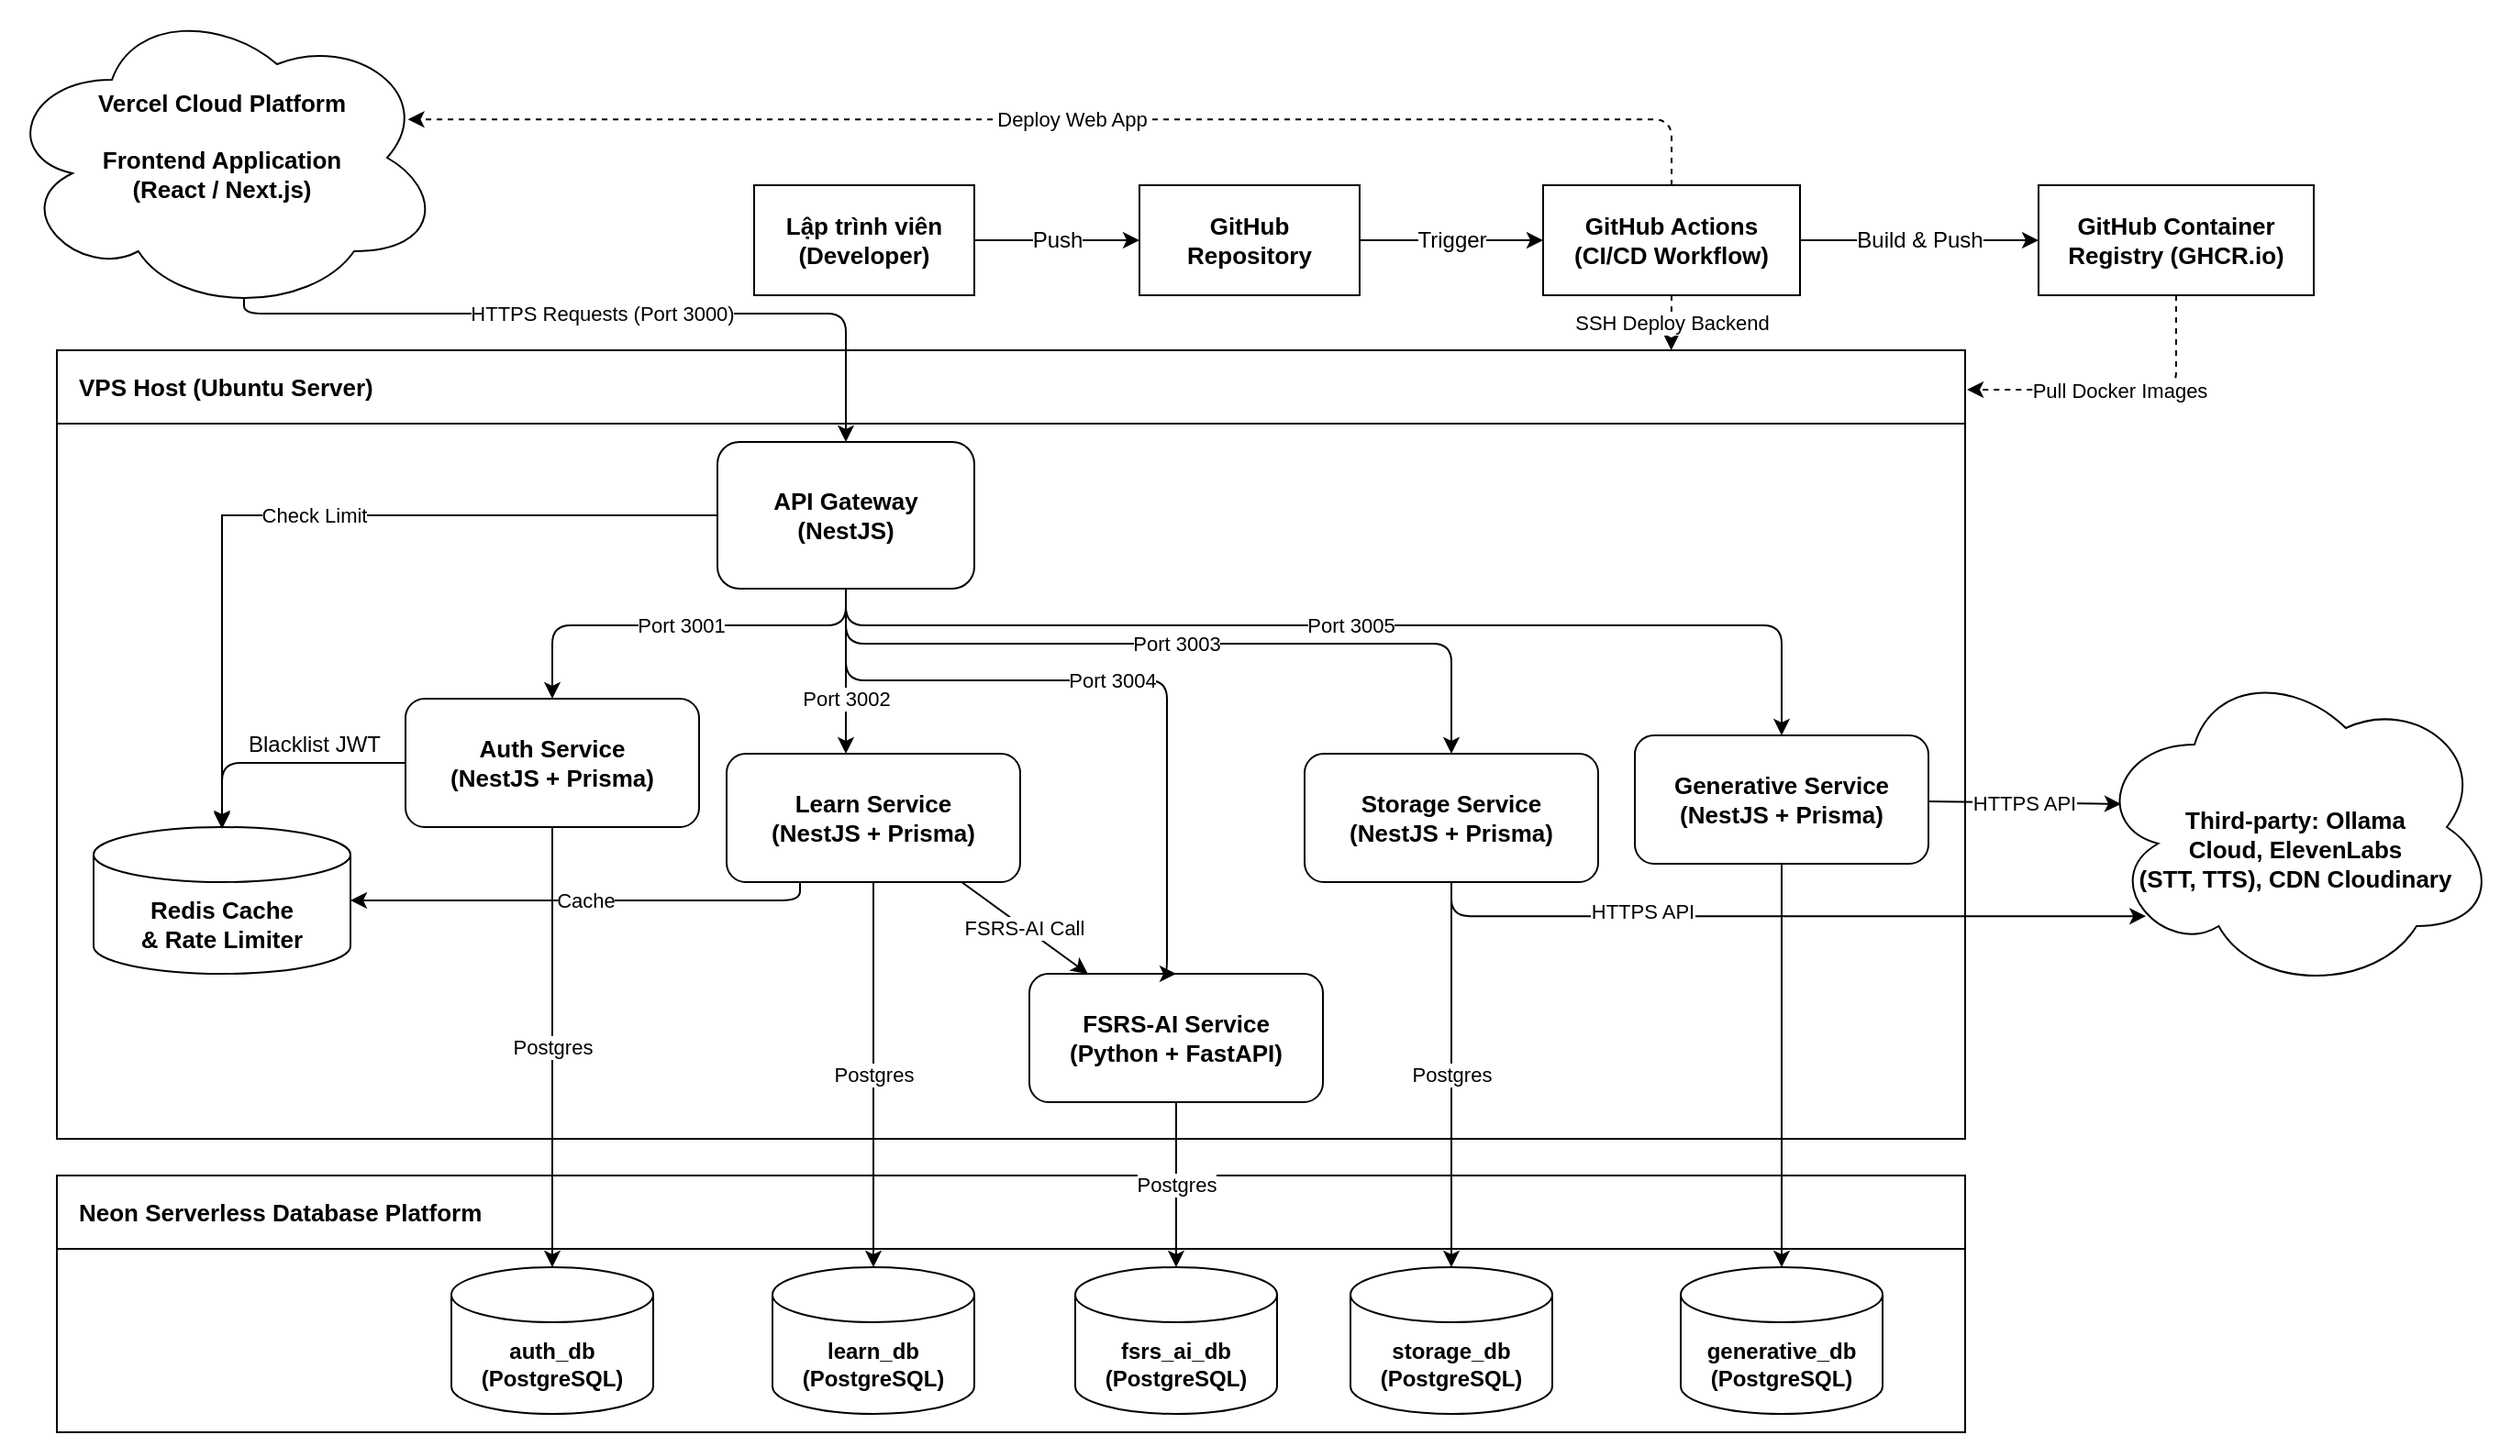
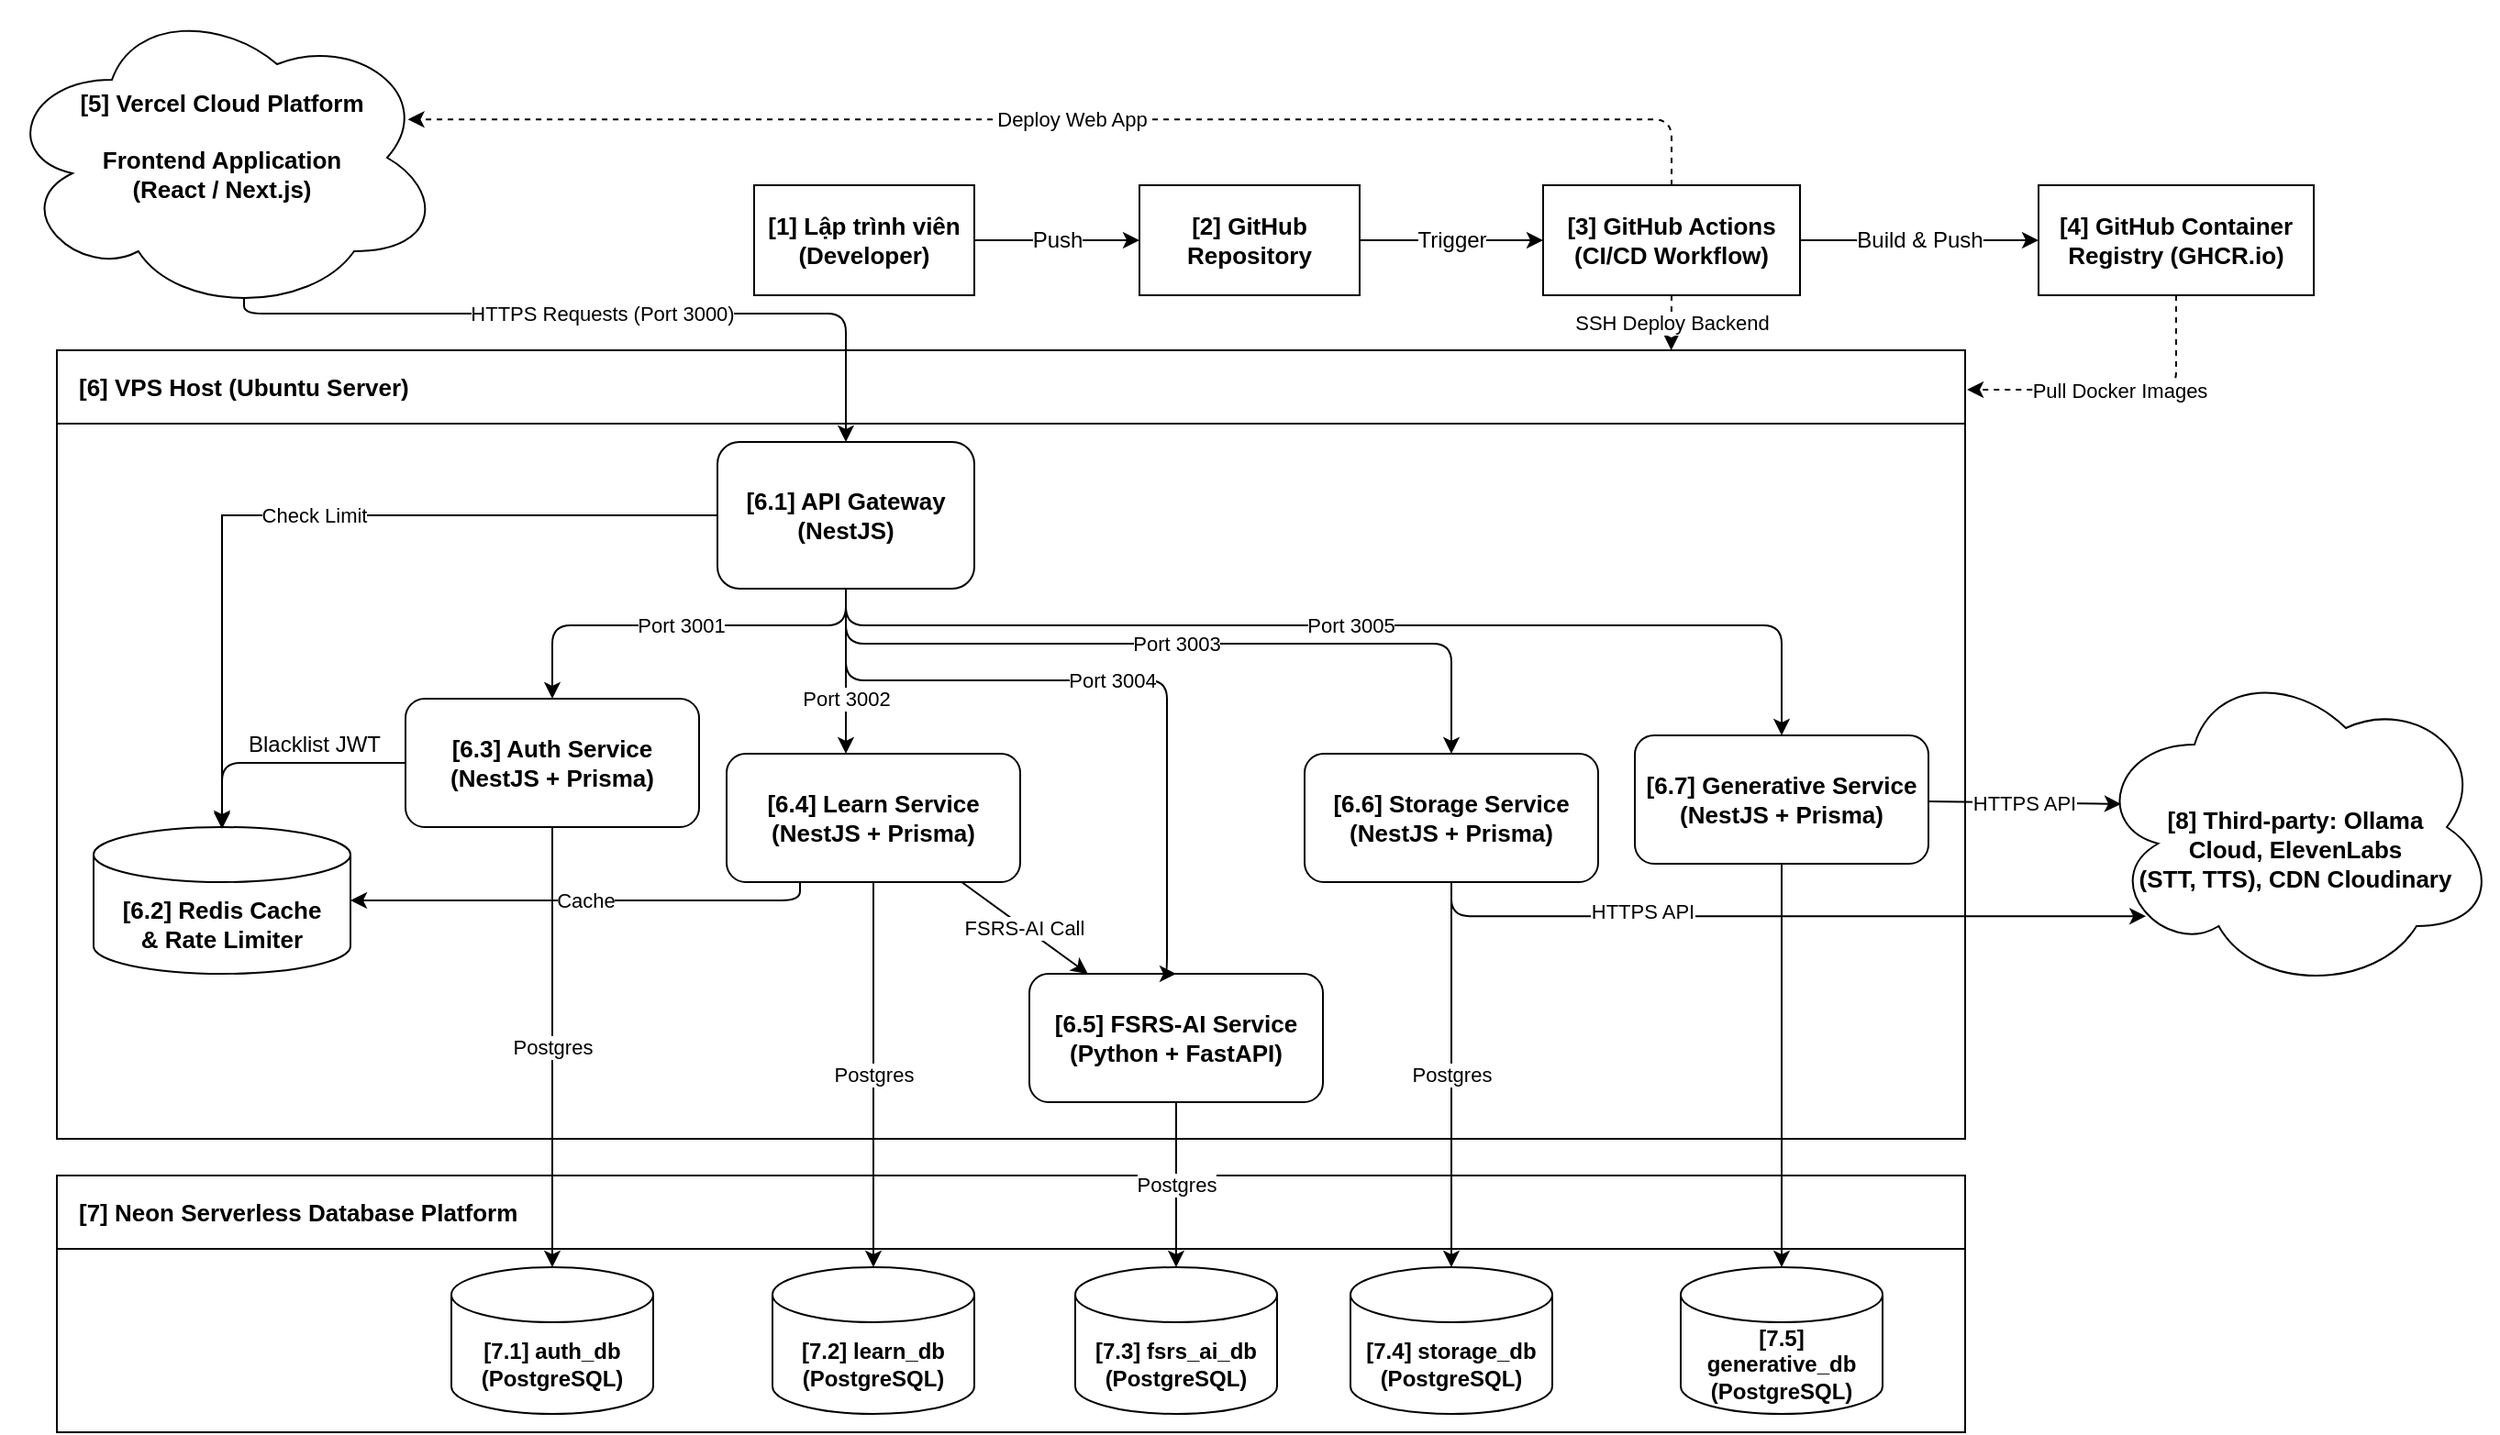
<mxfile host="65bd71144e">
    <diagram id="system-architecture" name="System Architecture">
        <mxGraphModel dx="1314" dy="1898" grid="1" gridSize="10" guides="1" tooltips="1" connect="1" arrows="1" fold="1" page="1" pageScale="1" pageWidth="1400" pageHeight="960" math="0" shadow="0">
            <root>
                <mxCell id="0"/>
                <mxCell id="1" parent="0"/>
-                 <mxCell id="dev" value="Lập trình viên&#xa;(Developer)" style="rounded=0;whiteSpace=wrap;html=1;fillColor=#ffffff;strokeColor=#000000;strokeWidth=1;align=center;fontStyle=1;fontSize=13;" parent="1" vertex="1">
+                 <mxCell id="dev" value="[1] Lập trình viên&#xa;(Developer)" style="rounded=0;whiteSpace=wrap;html=1;fillColor=#ffffff;strokeColor=#000000;strokeWidth=1;align=center;fontStyle=1;fontSize=13;" parent="1" vertex="1">
                    <mxGeometry x="420" y="80" width="120" height="60" as="geometry"/>
                </mxCell>
-                 <mxCell id="github_repo" value="GitHub&#xa;Repository" style="rounded=0;whiteSpace=wrap;html=1;fillColor=#ffffff;strokeColor=#000000;strokeWidth=1;align=center;fontStyle=1;fontSize=13;" parent="1" vertex="1">
+                 <mxCell id="github_repo" value="[2] GitHub&#xa;Repository" style="rounded=0;whiteSpace=wrap;html=1;fillColor=#ffffff;strokeColor=#000000;strokeWidth=1;align=center;fontStyle=1;fontSize=13;" parent="1" vertex="1">
                    <mxGeometry x="630" y="80" width="120" height="60" as="geometry"/>
                </mxCell>
-                 <mxCell id="gh_actions" value="GitHub Actions&#xa;(CI/CD Workflow)" style="rounded=0;whiteSpace=wrap;html=1;fillColor=#ffffff;strokeColor=#000000;strokeWidth=1;align=center;fontStyle=1;fontSize=13;" parent="1" vertex="1">
+                 <mxCell id="gh_actions" value="[3] GitHub Actions&#xa;(CI/CD Workflow)" style="rounded=0;whiteSpace=wrap;html=1;fillColor=#ffffff;strokeColor=#000000;strokeWidth=1;align=center;fontStyle=1;fontSize=13;" parent="1" vertex="1">
                    <mxGeometry x="850" y="80" width="140" height="60" as="geometry"/>
                </mxCell>
-                 <mxCell id="ghcr_registry" value="GitHub Container&#xa;Registry (GHCR.io)" style="rounded=0;whiteSpace=wrap;html=1;fillColor=#ffffff;strokeColor=#000000;strokeWidth=1;align=center;fontStyle=1;fontSize=13;" parent="1" vertex="1">
+                 <mxCell id="ghcr_registry" value="[4] GitHub Container&#xa;Registry (GHCR.io)" style="rounded=0;whiteSpace=wrap;html=1;fillColor=#ffffff;strokeColor=#000000;strokeWidth=1;align=center;fontStyle=1;fontSize=13;" parent="1" vertex="1">
                    <mxGeometry x="1120" y="80" width="150" height="60" as="geometry"/>
                </mxCell>
-                 <mxCell id="vercel_group" value="&lt;div&gt;&lt;br&gt;&lt;/div&gt;&lt;div&gt;&lt;br&gt;&lt;/div&gt;Vercel Cloud Platform&lt;div&gt;&lt;br&gt;&lt;/div&gt;&lt;div&gt;&lt;span style=&quot;color: rgb(0, 0, 0);&quot;&gt;Frontend Application&lt;/span&gt;&lt;br style=&quot;color: rgb(63, 63, 63); scrollbar-color: rgb(226, 226, 226) rgb(251, 251, 251);&quot;&gt;&lt;span style=&quot;color: rgb(0, 0, 0);&quot;&gt;(React / Next.js)&lt;/span&gt;&lt;/div&gt;" style="ellipse;shape=cloud;whiteSpace=wrap;html=1;fillColor=none;strokeColor=#000000;strokeWidth=1;align=center;verticalAlign=top;spacingTop=10;fontStyle=1;fontSize=13;" parent="1" vertex="1">
+                 <mxCell id="vercel_group" value="&lt;div&gt;&lt;br&gt;&lt;/div&gt;&lt;div&gt;&lt;br&gt;&lt;/div&gt;[5] Vercel Cloud Platform&lt;div&gt;&lt;br&gt;&lt;/div&gt;&lt;div&gt;&lt;span style=&quot;color: rgb(0, 0, 0);&quot;&gt;Frontend Application&lt;/span&gt;&lt;br style=&quot;color: rgb(63, 63, 63); scrollbar-color: rgb(226, 226, 226) rgb(251, 251, 251);&quot;&gt;&lt;span style=&quot;color: rgb(0, 0, 0);&quot;&gt;(React / Next.js)&lt;/span&gt;&lt;/div&gt;" style="ellipse;shape=cloud;whiteSpace=wrap;html=1;fillColor=none;strokeColor=#000000;strokeWidth=1;align=center;verticalAlign=top;spacingTop=10;fontStyle=1;fontSize=13;" parent="1" vertex="1">
                    <mxGeometry x="10" y="-20" width="240" height="170" as="geometry"/>
                </mxCell>
-                 <mxCell id="vps_group" value="VPS Host (Ubuntu Server)" style="shape=swimlane;whiteSpace=wrap;html=1;fillColor=none;strokeColor=#000000;strokeWidth=1;align=left;spacingLeft=10;fontStyle=1;fontSize=13;collapsible=0;" parent="1" vertex="1">
+                 <mxCell id="vps_group" value="[6] VPS Host (Ubuntu Server)" style="shape=swimlane;whiteSpace=wrap;html=1;fillColor=none;strokeColor=#000000;strokeWidth=1;align=left;spacingLeft=10;fontStyle=1;fontSize=13;collapsible=0;" parent="1" vertex="1">
                    <mxGeometry x="40" y="170" width="1040" height="430" as="geometry"/>
                </mxCell>
-                 <mxCell id="gateway_service" value="API Gateway&#xa;(NestJS)" style="rounded=1;whiteSpace=wrap;html=1;fillColor=#ffffff;strokeColor=#000000;strokeWidth=1;align=center;fontStyle=1;fontSize=13;" parent="vps_group" vertex="1">
+                 <mxCell id="gateway_service" value="[6.1] API Gateway&#xa;(NestJS)" style="rounded=1;whiteSpace=wrap;html=1;fillColor=#ffffff;strokeColor=#000000;strokeWidth=1;align=center;fontStyle=1;fontSize=13;" parent="vps_group" vertex="1">
                    <mxGeometry x="360" y="50" width="140" height="80" as="geometry"/>
                </mxCell>
-                 <mxCell id="redis_service" value="Redis Cache&#xa;&amp; Rate Limiter" style="shape=cylinder3;whiteSpace=wrap;html=1;boundedLbl=1;backgroundOutline=1;size=15;fillColor=#ffffff;strokeColor=#000000;strokeWidth=1;align=center;fontStyle=1;fontSize=13;" parent="vps_group" vertex="1">
+                 <mxCell id="redis_service" value="[6.2] Redis Cache&#xa;&amp; Rate Limiter" style="shape=cylinder3;whiteSpace=wrap;html=1;boundedLbl=1;backgroundOutline=1;size=15;fillColor=#ffffff;strokeColor=#000000;strokeWidth=1;align=center;fontStyle=1;fontSize=13;" parent="vps_group" vertex="1">
                    <mxGeometry x="20" y="260" width="140" height="80" as="geometry"/>
                </mxCell>
-                 <mxCell id="auth_service" value="Auth Service&#xa;(NestJS + Prisma)" style="rounded=1;whiteSpace=wrap;html=1;fillColor=#ffffff;strokeColor=#000000;strokeWidth=1;align=center;fontStyle=1;fontSize=13;" parent="vps_group" vertex="1">
+                 <mxCell id="auth_service" value="[6.3] Auth Service&#xa;(NestJS + Prisma)" style="rounded=1;whiteSpace=wrap;html=1;fillColor=#ffffff;strokeColor=#000000;strokeWidth=1;align=center;fontStyle=1;fontSize=13;" parent="vps_group" vertex="1">
                    <mxGeometry x="190" y="190" width="160" height="70" as="geometry"/>
                </mxCell>
-                 <mxCell id="storage_service" value="Storage Service&#xa;(NestJS + Prisma)" style="rounded=1;whiteSpace=wrap;html=1;fillColor=#ffffff;strokeColor=#000000;strokeWidth=1;align=center;fontStyle=1;fontSize=13;" parent="vps_group" vertex="1">
+                 <mxCell id="storage_service" value="[6.6] Storage Service&#xa;(NestJS + Prisma)" style="rounded=1;whiteSpace=wrap;html=1;fillColor=#ffffff;strokeColor=#000000;strokeWidth=1;align=center;fontStyle=1;fontSize=13;" parent="vps_group" vertex="1">
                    <mxGeometry x="680" y="220" width="160" height="70" as="geometry"/>
                </mxCell>
-                 <mxCell id="fsrs_service" value="FSRS-AI Service&#xa;(Python + FastAPI)" style="rounded=1;whiteSpace=wrap;html=1;fillColor=#ffffff;strokeColor=#000000;strokeWidth=1;align=center;fontStyle=1;fontSize=13;" parent="vps_group" vertex="1">
+                 <mxCell id="fsrs_service" value="[6.5] FSRS-AI Service&#xa;(Python + FastAPI)" style="rounded=1;whiteSpace=wrap;html=1;fillColor=#ffffff;strokeColor=#000000;strokeWidth=1;align=center;fontStyle=1;fontSize=13;" parent="vps_group" vertex="1">
                    <mxGeometry x="530" y="340" width="160" height="70" as="geometry"/>
                </mxCell>
-                 <mxCell id="generative_service" value="Generative Service&#xa;(NestJS + Prisma)" style="rounded=1;whiteSpace=wrap;html=1;fillColor=#ffffff;strokeColor=#000000;strokeWidth=1;align=center;fontStyle=1;fontSize=13;" parent="vps_group" vertex="1">
+                 <mxCell id="generative_service" value="[6.7] Generative Service&#xa;(NestJS + Prisma)" style="rounded=1;whiteSpace=wrap;html=1;fillColor=#ffffff;strokeColor=#000000;strokeWidth=1;align=center;fontStyle=1;fontSize=13;" parent="vps_group" vertex="1">
                    <mxGeometry x="860" y="210" width="160" height="70" as="geometry"/>
                </mxCell>
-                 <mxCell id="learn_service" value="Learn Service&#xa;(NestJS + Prisma)" style="rounded=1;whiteSpace=wrap;html=1;fillColor=#ffffff;strokeColor=#000000;strokeWidth=1;align=center;fontStyle=1;fontSize=13;" parent="vps_group" vertex="1">
+                 <mxCell id="learn_service" value="[6.4] Learn Service&#xa;(NestJS + Prisma)" style="rounded=1;whiteSpace=wrap;html=1;fillColor=#ffffff;strokeColor=#000000;strokeWidth=1;align=center;fontStyle=1;fontSize=13;" parent="vps_group" vertex="1">
                    <mxGeometry x="365" y="220" width="160" height="70" as="geometry"/>
                </mxCell>
                <mxCell id="edge11" value="Port 3003" style="endArrow=classic;html=1;rounded=1;strokeColor=#000000;strokeWidth=1;fontSize=11;fontColor=#000000;exitX=0.5;exitY=1;exitDx=0;exitDy=0;entryX=0.5;entryY=0;entryDx=0;entryDy=0;edgeStyle=orthogonalEdgeStyle;" parent="vps_group" source="gateway_service" target="storage_service" edge="1">
                    <mxGeometry relative="1" as="geometry">
                        <Array as="points">
                            <mxPoint x="430" y="160"/>
                            <mxPoint x="760" y="160"/>
                        </Array>
                        <mxPoint x="414.98" y="10" as="sourcePoint"/>
                        <mxPoint x="794.98" y="240" as="targetPoint"/>
                    </mxGeometry>
                </mxCell>
                <mxCell id="9" style="edgeStyle=orthogonalEdgeStyle;html=1;exitX=0;exitY=0.5;exitDx=0;exitDy=0;" edge="1" parent="vps_group" source="auth_service">
                    <mxGeometry relative="1" as="geometry">
                        <mxPoint x="90" y="261" as="targetPoint"/>
                        <Array as="points">
                            <mxPoint x="90" y="225"/>
                            <mxPoint x="90" y="261"/>
                        </Array>
                    </mxGeometry>
                </mxCell>
                <mxCell id="10" value="Blacklist JWT" style="text;html=1;align=center;verticalAlign=middle;resizable=0;points=[];autosize=1;strokeColor=none;fillColor=none;" vertex="1" parent="vps_group">
                    <mxGeometry x="90" y="200" width="100" height="30" as="geometry"/>
                </mxCell>
-                 <mxCell id="neon_group" value="Neon Serverless Database Platform" style="shape=swimlane;whiteSpace=wrap;html=1;fillColor=none;strokeColor=#000000;strokeWidth=1;align=left;spacingLeft=10;fontStyle=1;fontSize=13;collapsible=0;" parent="1" vertex="1">
+                 <mxCell id="neon_group" value="[7] Neon Serverless Database Platform" style="shape=swimlane;whiteSpace=wrap;html=1;fillColor=none;strokeColor=#000000;strokeWidth=1;align=left;spacingLeft=10;fontStyle=1;fontSize=13;collapsible=0;" parent="1" vertex="1">
                    <mxGeometry x="40" y="620" width="1040" height="140" as="geometry"/>
                </mxCell>
-                 <mxCell id="auth_db" value="auth_db&#xa;(PostgreSQL)" style="shape=cylinder3;whiteSpace=wrap;html=1;boundedLbl=1;backgroundOutline=1;size=15;fillColor=#ffffff;strokeColor=#000000;strokeWidth=1;align=center;fontStyle=1;fontSize=12;" parent="neon_group" vertex="1">
+                 <mxCell id="auth_db" value="[7.1] auth_db&#xa;(PostgreSQL)" style="shape=cylinder3;whiteSpace=wrap;html=1;boundedLbl=1;backgroundOutline=1;size=15;fillColor=#ffffff;strokeColor=#000000;strokeWidth=1;align=center;fontStyle=1;fontSize=12;" parent="neon_group" vertex="1">
                    <mxGeometry x="215" y="50" width="110" height="80" as="geometry"/>
                </mxCell>
-                 <mxCell id="storage_db" value="storage_db&#xa;(PostgreSQL)" style="shape=cylinder3;whiteSpace=wrap;html=1;boundedLbl=1;backgroundOutline=1;size=15;fillColor=#ffffff;strokeColor=#000000;strokeWidth=1;align=center;fontStyle=1;fontSize=12;" parent="neon_group" vertex="1">
+                 <mxCell id="storage_db" value="[7.4] storage_db&#xa;(PostgreSQL)" style="shape=cylinder3;whiteSpace=wrap;html=1;boundedLbl=1;backgroundOutline=1;size=15;fillColor=#ffffff;strokeColor=#000000;strokeWidth=1;align=center;fontStyle=1;fontSize=12;" parent="neon_group" vertex="1">
                    <mxGeometry x="705" y="50" width="110" height="80" as="geometry"/>
                </mxCell>
-                 <mxCell id="learn_db" value="learn_db&#xa;(PostgreSQL)" style="shape=cylinder3;whiteSpace=wrap;html=1;boundedLbl=1;backgroundOutline=1;size=15;fillColor=#ffffff;strokeColor=#000000;strokeWidth=1;align=center;fontStyle=1;fontSize=12;" parent="neon_group" vertex="1">
+                 <mxCell id="learn_db" value="[7.2] learn_db&#xa;(PostgreSQL)" style="shape=cylinder3;whiteSpace=wrap;html=1;boundedLbl=1;backgroundOutline=1;size=15;fillColor=#ffffff;strokeColor=#000000;strokeWidth=1;align=center;fontStyle=1;fontSize=12;" parent="neon_group" vertex="1">
                    <mxGeometry x="390" y="50" width="110" height="80" as="geometry"/>
                </mxCell>
-                 <mxCell id="fsrs_db" value="fsrs_ai_db&#xa;(PostgreSQL)" style="shape=cylinder3;whiteSpace=wrap;html=1;boundedLbl=1;backgroundOutline=1;size=15;fillColor=#ffffff;strokeColor=#000000;strokeWidth=1;align=center;fontStyle=1;fontSize=12;" parent="neon_group" vertex="1">
+                 <mxCell id="fsrs_db" value="[7.3] fsrs_ai_db&#xa;(PostgreSQL)" style="shape=cylinder3;whiteSpace=wrap;html=1;boundedLbl=1;backgroundOutline=1;size=15;fillColor=#ffffff;strokeColor=#000000;strokeWidth=1;align=center;fontStyle=1;fontSize=12;" parent="neon_group" vertex="1">
                    <mxGeometry x="555" y="50" width="110" height="80" as="geometry"/>
                </mxCell>
-                 <mxCell id="generative_db" value="generative_db&#xa;(PostgreSQL)" style="shape=cylinder3;whiteSpace=wrap;html=1;boundedLbl=1;backgroundOutline=1;size=15;fillColor=#ffffff;strokeColor=#000000;strokeWidth=1;align=center;fontStyle=1;fontSize=12;" parent="neon_group" vertex="1">
+                 <mxCell id="generative_db" value="[7.5] generative_db&#xa;(PostgreSQL)" style="shape=cylinder3;whiteSpace=wrap;html=1;boundedLbl=1;backgroundOutline=1;size=15;fillColor=#ffffff;strokeColor=#000000;strokeWidth=1;align=center;fontStyle=1;fontSize=12;" parent="neon_group" vertex="1">
                    <mxGeometry x="885" y="50" width="110" height="80" as="geometry"/>
                </mxCell>
-                 <mxCell id="openai_group" value="&lt;div&gt;&lt;span style=&quot;color: rgb(0, 0, 0);&quot;&gt;&lt;br&gt;&lt;/span&gt;&lt;/div&gt;&lt;span style=&quot;color: rgb(0, 0, 0);&quot;&gt;&lt;div&gt;&lt;span style=&quot;color: rgb(0, 0, 0);&quot;&gt;&lt;br&gt;&lt;/span&gt;&lt;/div&gt;&lt;div&gt;&lt;span style=&quot;color: rgb(0, 0, 0);&quot;&gt;&lt;br&gt;&lt;/span&gt;&lt;/div&gt;&lt;div&gt;&lt;span style=&quot;color: rgb(0, 0, 0);&quot;&gt;&lt;br&gt;&lt;/span&gt;&lt;/div&gt;Third-party: Ollama &lt;br&gt;Cloud, ElevenLabs&lt;br&gt;(STT, TTS), CDN Cloudinary&lt;/span&gt;" style="ellipse;shape=cloud;whiteSpace=wrap;html=1;fillColor=none;strokeColor=#000000;strokeWidth=1;align=center;verticalAlign=top;spacingTop=10;fontStyle=1;fontSize=13;" parent="1" vertex="1">
+                 <mxCell id="openai_group" value="&lt;div&gt;&lt;span style=&quot;color: rgb(0, 0, 0);&quot;&gt;&lt;br&gt;&lt;/span&gt;&lt;/div&gt;&lt;span style=&quot;color: rgb(0, 0, 0);&quot;&gt;&lt;div&gt;&lt;span style=&quot;color: rgb(0, 0, 0);&quot;&gt;&lt;br&gt;&lt;/span&gt;&lt;/div&gt;&lt;div&gt;&lt;span style=&quot;color: rgb(0, 0, 0);&quot;&gt;&lt;br&gt;&lt;/span&gt;&lt;/div&gt;&lt;div&gt;&lt;span style=&quot;color: rgb(0, 0, 0);&quot;&gt;&lt;br&gt;&lt;/span&gt;&lt;/div&gt;[8] Third-party: Ollama &lt;br&gt;Cloud, ElevenLabs&lt;br&gt;(STT, TTS), CDN Cloudinary&lt;/span&gt;" style="ellipse;shape=cloud;whiteSpace=wrap;html=1;fillColor=none;strokeColor=#000000;strokeWidth=1;align=center;verticalAlign=top;spacingTop=10;fontStyle=1;fontSize=13;" parent="1" vertex="1">
                    <mxGeometry x="1150" y="340" width="220" height="180" as="geometry"/>
                </mxCell>
                <mxCell id="edge1" value="Push" style="endArrow=classic;html=1;rounded=0;strokeColor=#000000;strokeWidth=1;fontSize=12;fontColor=#000000;" parent="1" source="dev" target="github_repo" edge="1">
                    <mxGeometry relative="1" as="geometry"/>
                </mxCell>
                <mxCell id="edge2" value="Trigger" style="endArrow=classic;html=1;rounded=0;strokeColor=#000000;strokeWidth=1;fontSize=12;fontColor=#000000;" parent="1" source="github_repo" target="gh_actions" edge="1">
                    <mxGeometry relative="1" as="geometry"/>
                </mxCell>
                <mxCell id="edge3" value="Build &amp; Push" style="endArrow=classic;html=1;rounded=0;strokeColor=#000000;strokeWidth=1;fontSize=12;fontColor=#000000;" parent="1" source="gh_actions" target="ghcr_registry" edge="1">
                    <mxGeometry relative="1" as="geometry"/>
                </mxCell>
                <mxCell id="edge4" value="Deploy Web App" style="endArrow=classic;html=1;dashed=1;rounded=1;strokeColor=#000000;strokeWidth=1;fontSize=11;fontColor=#000000;exitX=0.5;exitY=0;exitDx=0;exitDy=0;entryX=0.922;entryY=0.377;entryDx=0;entryDy=0;entryPerimeter=0;edgeStyle=orthogonalEdgeStyle;" parent="1" source="gh_actions" target="vercel_group" edge="1">
                    <mxGeometry relative="1" as="geometry"/>
                </mxCell>
                <mxCell id="edge5" value="SSH Deploy Backend" style="endArrow=classic;html=1;dashed=1;rounded=1;strokeColor=#000000;strokeWidth=1;fontSize=11;fontColor=#000000;exitX=0.5;exitY=1;exitDx=0;exitDy=0;entryX=0.846;entryY=0;entryDx=0;entryDy=0;entryPerimeter=0;" parent="1" source="gh_actions" target="vps_group" edge="1">
                    <mxGeometry relative="1" as="geometry"/>
                </mxCell>
                <mxCell id="edge6" value="Pull Docker Images" style="endArrow=classic;html=1;dashed=1;rounded=1;strokeColor=#000000;strokeWidth=1;fontSize=11;fontColor=#000000;exitX=0.5;exitY=1;exitDx=0;exitDy=0;entryX=1.001;entryY=0.05;entryDx=0;entryDy=0;entryPerimeter=0;edgeStyle=orthogonalEdgeStyle;" parent="1" source="ghcr_registry" target="vps_group" edge="1">
                    <mxGeometry relative="1" as="geometry"/>
                </mxCell>
                <mxCell id="edge7" value="HTTPS Requests (Port 3000)" style="endArrow=classic;html=1;rounded=1;strokeColor=#000000;strokeWidth=1;fontSize=11;fontColor=#000000;exitX=0.55;exitY=0.95;exitDx=0;exitDy=0;entryX=0.5;entryY=0;entryDx=0;entryDy=0;edgeStyle=orthogonalEdgeStyle;exitPerimeter=0;" parent="1" source="vercel_group" target="gateway_service" edge="1">
                    <mxGeometry relative="1" as="geometry">
                        <Array as="points">
                            <mxPoint x="142" y="150"/>
                            <mxPoint x="470" y="150"/>
                        </Array>
                        <mxPoint x="129.99999999999977" y="122.86017857142906" as="sourcePoint"/>
                    </mxGeometry>
                </mxCell>
                <mxCell id="edge8" value="Check Limit" style="endArrow=classic;html=1;rounded=0;strokeColor=#000000;strokeWidth=1;fontSize=11;fontColor=#000000;edgeStyle=orthogonalEdgeStyle;" parent="1" source="gateway_service" target="redis_service" edge="1">
                    <mxGeometry relative="1" as="geometry"/>
                </mxCell>
                <mxCell id="edge9" value="Port 3001" style="endArrow=classic;html=1;rounded=1;strokeColor=#000000;strokeWidth=1;fontSize=11;fontColor=#000000;exitX=0.5;exitY=1;exitDx=0;exitDy=0;entryX=0.5;entryY=0;entryDx=0;entryDy=0;edgeStyle=orthogonalEdgeStyle;" parent="1" source="gateway_service" target="auth_service" edge="1">
                    <mxGeometry relative="1" as="geometry">
                        <Array as="points">
                            <mxPoint x="470" y="320"/>
                            <mxPoint x="310" y="320"/>
                        </Array>
                    </mxGeometry>
                </mxCell>
                <mxCell id="edge10" value="Port 3002" style="endArrow=classic;html=1;rounded=0;strokeColor=#000000;strokeWidth=1;fontSize=11;fontColor=#000000;exitX=0.5;exitY=1;exitDx=0;exitDy=0;edgeStyle=orthogonalEdgeStyle;" parent="1" source="gateway_service" edge="1">
                    <mxGeometry x="0.3333" relative="1" as="geometry">
                        <mxPoint x="470" y="390" as="targetPoint"/>
                        <Array as="points">
                            <mxPoint x="470" y="390"/>
                        </Array>
                        <mxPoint as="offset"/>
                    </mxGeometry>
                </mxCell>
                <mxCell id="edge12" value="Port 3005" style="endArrow=classic;html=1;rounded=1;strokeColor=#000000;strokeWidth=1;fontSize=11;fontColor=#000000;exitX=0.5;exitY=1;exitDx=0;exitDy=0;entryX=0.5;entryY=0;entryDx=0;entryDy=0;edgeStyle=orthogonalEdgeStyle;" parent="1" source="gateway_service" target="generative_service" edge="1">
                    <mxGeometry relative="1" as="geometry">
                        <Array as="points">
                            <mxPoint x="470" y="320"/>
                            <mxPoint x="980" y="320"/>
                        </Array>
                    </mxGeometry>
                </mxCell>
                <mxCell id="edge13" value="Port 3004" style="endArrow=classic;html=1;rounded=1;strokeColor=#000000;strokeWidth=1;fontSize=11;fontColor=#000000;exitX=0.5;exitY=1;exitDx=0;exitDy=0;entryX=0.5;entryY=0;entryDx=0;entryDy=0;edgeStyle=orthogonalEdgeStyle;" parent="1" source="gateway_service" target="fsrs_service" edge="1">
                    <mxGeometry relative="1" as="geometry">
                        <Array as="points">
                            <mxPoint x="470" y="350"/>
                            <mxPoint x="645" y="350"/>
                            <mxPoint x="645" y="510"/>
                        </Array>
                    </mxGeometry>
                </mxCell>
                <mxCell id="edge14" value="Cache" style="endArrow=classic;html=1;rounded=1;strokeColor=#000000;strokeWidth=1;fontSize=11;fontColor=#000000;exitX=0.25;exitY=1;exitDx=0;exitDy=0;entryX=1;entryY=0.5;entryDx=0;entryDy=0;entryPerimeter=0;edgeStyle=orthogonalEdgeStyle;" parent="1" source="learn_service" target="redis_service" edge="1">
                    <mxGeometry relative="1" as="geometry">
                        <Array as="points">
                            <mxPoint x="370" y="470"/>
                            <mxPoint x="370" y="470"/>
                        </Array>
                    </mxGeometry>
                </mxCell>
                <mxCell id="edge15" value="FSRS-AI Call" style="endArrow=classic;html=1;rounded=0;strokeColor=#000000;strokeWidth=1;fontSize=11;fontColor=#000000;" parent="1" source="learn_service" target="fsrs_service" edge="1">
                    <mxGeometry relative="1" as="geometry"/>
                </mxCell>
                <mxCell id="edge18" value="HTTPS API" style="endArrow=classic;html=1;rounded=0;strokeColor=#000000;strokeWidth=1;fontSize=11;fontColor=#000000;entryX=0.068;entryY=0.43;entryDx=0;entryDy=0;entryPerimeter=0;" parent="1" source="generative_service" target="openai_group" edge="1">
                    <mxGeometry relative="1" as="geometry">
                        <mxPoint x="1169.9999999999998" y="404.2857142857142" as="targetPoint"/>
                    </mxGeometry>
                </mxCell>
                <mxCell id="edge19" value="Postgres" style="endArrow=classic;html=1;rounded=0;strokeColor=#000000;strokeWidth=1;fontSize=11;fontColor=#000000;exitX=0.5;exitY=1;exitDx=0;exitDy=0;entryX=0.5;entryY=0;entryDx=0;entryDy=0;entryPerimeter=0;" parent="1" source="auth_service" target="auth_db" edge="1">
                    <mxGeometry relative="1" as="geometry"/>
                </mxCell>
                <mxCell id="edge20" value="Postgres" style="endArrow=classic;html=1;rounded=0;strokeColor=#000000;strokeWidth=1;fontSize=11;fontColor=#000000;exitX=0.5;exitY=1;exitDx=0;exitDy=0;entryX=0.5;entryY=0;entryDx=0;entryDy=0;entryPerimeter=0;" parent="1" source="storage_service" target="storage_db" edge="1">
                    <mxGeometry relative="1" as="geometry"/>
                </mxCell>
                <mxCell id="edge21" value="Postgres" style="endArrow=classic;html=1;rounded=0;strokeColor=#000000;strokeWidth=1;fontSize=11;fontColor=#000000;exitX=0.5;exitY=1;exitDx=0;exitDy=0;entryX=0.5;entryY=0;entryDx=0;entryDy=0;entryPerimeter=0;" parent="1" source="learn_service" target="learn_db" edge="1">
                    <mxGeometry relative="1" as="geometry"/>
                </mxCell>
                <mxCell id="edge22" value="Postgres" style="endArrow=classic;html=1;rounded=0;strokeColor=#000000;strokeWidth=1;fontSize=11;fontColor=#000000;exitX=0.5;exitY=1;exitDx=0;exitDy=0;entryX=0.5;entryY=0;entryDx=0;entryDy=0;entryPerimeter=0;" parent="1" source="fsrs_service" target="fsrs_db" edge="1">
                    <mxGeometry relative="1" as="geometry"/>
                </mxCell>
                <mxCell id="3" style="edgeStyle=none;html=1;exitX=0.5;exitY=1;exitDx=0;exitDy=0;" edge="1" parent="1" source="generative_service" target="generative_db">
                    <mxGeometry relative="1" as="geometry"/>
                </mxCell>
                <mxCell id="6" style="edgeStyle=orthogonalEdgeStyle;html=1;exitX=0.5;exitY=1;exitDx=0;exitDy=0;entryX=0.13;entryY=0.77;entryDx=0;entryDy=0;entryPerimeter=0;" edge="1" parent="1" source="storage_service" target="openai_group">
                    <mxGeometry relative="1" as="geometry"/>
                </mxCell>
                <mxCell id="7" value="HTTPS API" style="edgeLabel;html=1;align=center;verticalAlign=middle;resizable=0;points=[];" vertex="1" connectable="0" parent="6">
                    <mxGeometry x="-0.3839" y="3" relative="1" as="geometry">
                        <mxPoint as="offset"/>
                    </mxGeometry>
                </mxCell>
            </root>
        </mxGraphModel>
    </diagram>
</mxfile>